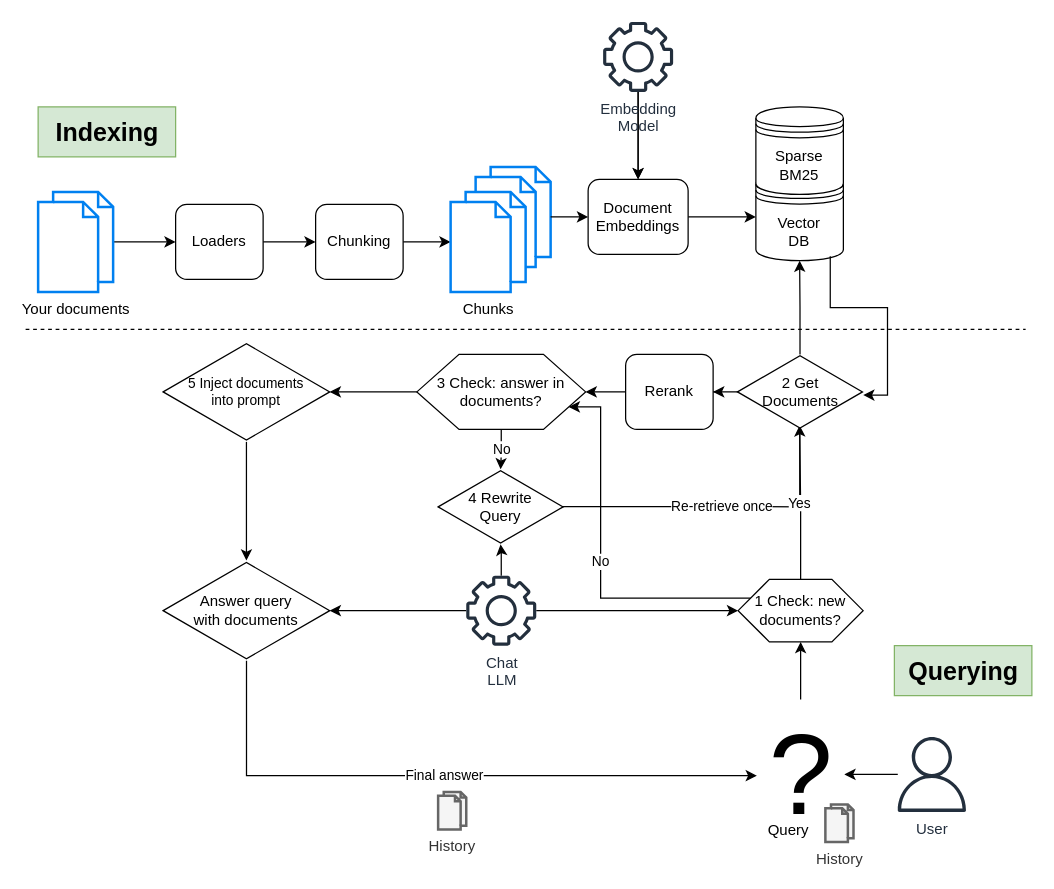
AI-Commandos/RAGMeUp keeps this draw.io diagram as ragmeup.drawio. Above is the earlier version. Source tidied: cells renumbered, new cells numbered last; positions are measured from the earlier drawing's top-left corner, leaving out a move shared by most shapes. Both pictures are drawn from the tidied source at 125%, with x=0, y=0 at pixel (25, 21). Pictures stored in the file or linked from it are replaced by grey dashed boxes.
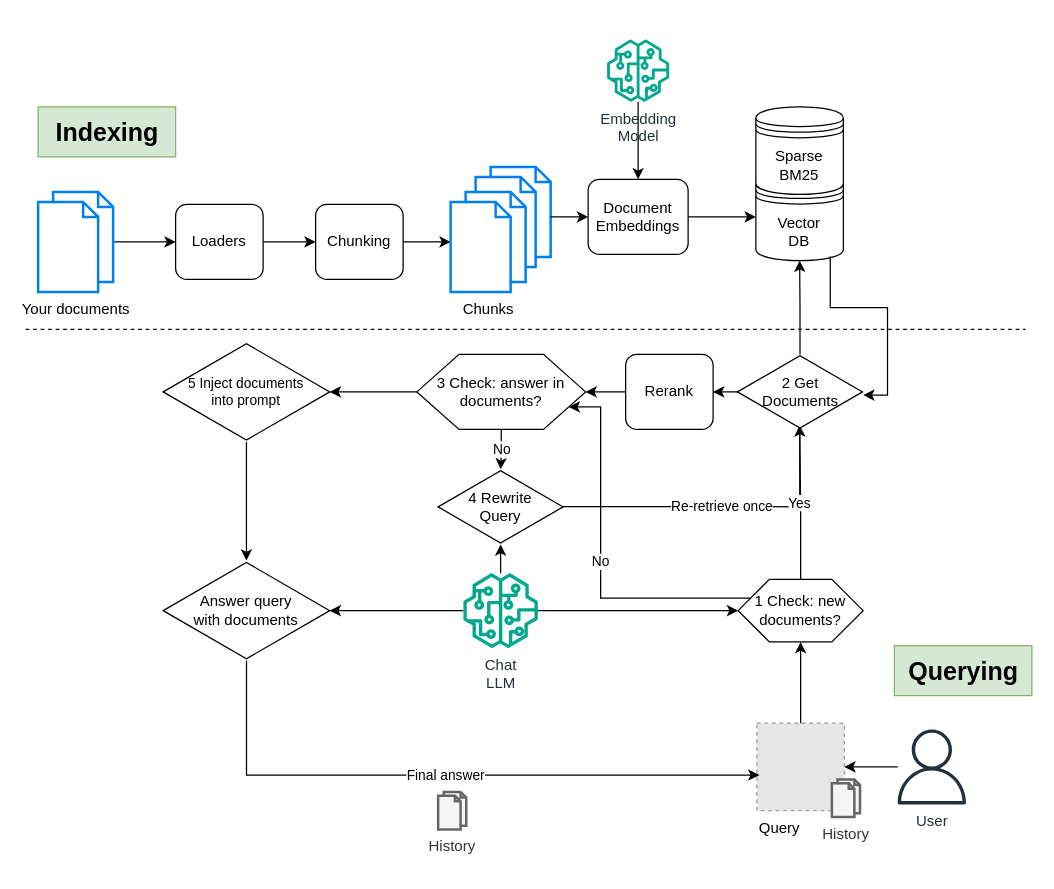
The same diagram, later.

Commit message (it also covers changes not shown here):
I like these images better

The change refers to these unchanged cells:
```xml
<mxCell id="13" value="&lt;div&gt;Document&lt;/div&gt;&lt;div&gt;Embeddings&lt;br&gt;&lt;/div&gt;" style="rounded=1;whiteSpace=wrap;html=1;" parent="1" vertex="1">
  <mxGeometry x="450" y="126" width="80" height="60" as="geometry" />
</mxCell>
<mxCell id="23" value="1 Check: new documents?" style="shape=hexagon;perimeter=hexagonPerimeter2;whiteSpace=wrap;html=1;size=0.25;" parent="1" vertex="1">
  <mxGeometry x="570" y="446" width="100" height="50" as="geometry" />
</mxCell>
<mxCell id="36" value="&lt;div style=&quot;font-size: 12px;&quot;&gt;Answer query&lt;/div&gt;&lt;div style=&quot;font-size: 12px;&quot;&gt;with documents&lt;br style=&quot;font-size: 12px;&quot;&gt;&lt;/div&gt;" style="html=1;whiteSpace=wrap;shape=isoRectangle;fontSize=12;" parent="1" vertex="1">
  <mxGeometry x="110" y="431" width="133.3" height="80" as="geometry" />
</mxCell>
```

Change to the diagram source:
```diff
@@
-    <mxCell id="17" style="edgeStyle=orthogonalEdgeStyle;rounded=0;jettySize=auto;html=1;" parent="1" edge="1" source="18" target="46">
+    <mxCell id="17" style="edgeStyle=orthogonalEdgeStyle;rounded=0;jettySize=auto;html=1;" parent="1" edge="1" source="18" target="47">
       <mxGeometry relative="1" as="geometry" />
     </mxCell>
     <mxCell id="18" value="User" style="sketch=0;outlineConnect=0;fontColor=#232F3E;gradientColor=none;fillColor=#232F3D;strokeColor=none;dashed=0;verticalLabelPosition=bottom;verticalAlign=top;align=center;html=1;fontSize=12;fontStyle=0;shape=mxgraph.aws4.user;" parent="1" vertex="1">
-      <mxGeometry x="695" y="572" width="60" height="60" as="geometry" />
+      <mxGeometry x="695" y="566" width="60" height="60" as="geometry" />
     </mxCell>
+    <mxCell id="51" style="group;" parent="1" vertex="1">
+      <mxGeometry x="585" y="561" width="82.5" height="75" as="geometry" />
+    </mxCell>
+    <mxCell id="47" value="Query" style="fillColor=#E6E6E6;strokeColor=#999999;dashed=1;html=1;verticalAlign=top;verticalLabelPosition=bottom;labelBackgroundColor=#ffffff;align=left;" parent="51" vertex="1">
+      <mxGeometry width="70" height="70" as="geometry" />
+    </mxCell>
+    <mxCell id="45" value="History" style="html=1;verticalLabelPosition=bottom;align=center;labelBackgroundColor=#ffffff;verticalAlign=top;strokeWidth=2;strokeColor=#666666;shadow=0;dashed=0;shape=mxgraph.ios7.icons.documents;fillColor=#f5f5f5;fontColor=#333333;" parent="51" vertex="1">
+      <mxGeometry x="60" y="45" width="22.5" height="30" as="geometry" />
+    </mxCell>
@@
-    <mxCell id="24" style="edgeStyle=orthogonalEdgeStyle;rounded=0;jettySize=auto;html=1;" parent="1" edge="1" source="46" target="23">
+    <mxCell id="24" style="edgeStyle=orthogonalEdgeStyle;rounded=0;jettySize=auto;html=1;" parent="1" edge="1" source="47" target="23">
       <mxGeometry relative="1" as="geometry" />
     </mxCell>
@@
-    <mxCell id="37" value="Final answer" style="edgeStyle=orthogonalEdgeStyle;rounded=0;jettySize=auto;html=1;" parent="1" edge="1" source="36" target="46">
+    <mxCell id="37" value="Final answer" style="edgeStyle=orthogonalEdgeStyle;rounded=0;jettySize=auto;html=1;entryX=0.029;entryY=0.594;entryDx=0;entryDy=0;entryPerimeter=0;" parent="1" edge="1" source="36" target="47">
       <mxGeometry relative="1" as="geometry">
         <Array as="points">
           <mxPoint x="177" y="603" />
         </Array>
       </mxGeometry>
     </mxCell>
@@
-    <mxCell id="41" style="edgeStyle=orthogonalEdgeStyle;rounded=0;jettySize=auto;html=1;" parent="1" edge="1" source="42" target="13">
-      <mxGeometry relative="1" as="geometry" />
-    </mxCell>
-    <mxCell id="42" value="Embedding&lt;br&gt;Model" style="sketch=0;outlineConnect=0;fontColor=#232F3E;gradientColor=none;fillColor=#232F3D;strokeColor=none;dashed=0;verticalLabelPosition=bottom;verticalAlign=top;align=center;html=1;fontSize=12;fontStyle=0;shape=mxgraph.aws4.gear;" parent="1" vertex="1">
-      <mxGeometry x="462" width="56" height="56" as="geometry" />
+    <mxCell id="42" value="&lt;div&gt;Embedding&lt;/div&gt;&lt;div&gt;Model&lt;/div&gt;" style="sketch=0;outlineConnect=0;fontColor=#232F3E;gradientColor=none;fillColor=#01A88D;strokeColor=none;dashed=0;verticalLabelPosition=bottom;verticalAlign=top;align=center;html=1;fontSize=12;fontStyle=0;shape=mxgraph.aws4.sagemaker_model;" parent="1" vertex="1">
+      <mxGeometry x="465" y="14" width="50" height="50" as="geometry" />
     </mxCell>
@@
-    <mxCell id="44" value="Chat&lt;br&gt;LLM" style="sketch=0;outlineConnect=0;fontColor=#232F3E;gradientColor=none;fillColor=#232F3D;strokeColor=none;dashed=0;verticalLabelPosition=bottom;verticalAlign=top;align=center;html=1;fontSize=12;fontStyle=0;shape=mxgraph.aws4.gear;" parent="1" vertex="1">
-      <mxGeometry x="352.5" y="443" width="56" height="56" as="geometry" />
+    <mxCell id="44" value="&lt;div&gt;Chat&lt;/div&gt;&lt;div&gt;LLM&lt;/div&gt;" style="sketch=0;outlineConnect=0;fontColor=#232F3E;gradientColor=none;fillColor=#01A88D;strokeColor=none;dashed=0;verticalLabelPosition=bottom;verticalAlign=top;align=center;html=1;fontSize=12;fontStyle=0;shape=mxgraph.aws4.sagemaker_model;" parent="1" vertex="1">
+      <mxGeometry x="350" y="441" width="60" height="60" as="geometry" />
     </mxCell>
-    <mxCell id="45" value="History" style="html=1;verticalLabelPosition=bottom;align=center;labelBackgroundColor=#ffffff;verticalAlign=top;strokeWidth=2;strokeColor=#666666;shadow=0;dashed=0;shape=mxgraph.ios7.icons.documents;fillColor=#f5f5f5;fontColor=#333333;" parent="1" vertex="1">
-      <mxGeometry x="639.8" y="626" width="22.5" height="30" as="geometry" />
-    </mxCell>
-    <mxCell id="46" value="?" style="text;html=1;align=center;verticalAlign=middle;points=[];strokeColor=none;fillColor=none;fontSize=92;" parent="1" vertex="1">
-      <mxGeometry x="585" y="542" width="70" height="120" as="geometry" />
-    </mxCell>
-    <mxCell id="47" value="Query" style="text;html=1;align=center;verticalAlign=middle;points=[];strokeColor=none;fillColor=none;" parent="1" vertex="1">
-      <mxGeometry x="579.8" y="632" width="60" height="30" as="geometry" />
-    </mxCell>
-    <mxCell id="48" style="endArrow=none;dashed=1;html=1;rounded=0;" parent="1" edge="1">
-      <mxGeometry relative="1" as="geometry">
-        <mxPoint y="246" as="sourcePoint" />
-        <mxPoint x="800" y="246" as="targetPoint" />
-      </mxGeometry>
-    </mxCell>
+    <mxCell id="52" style="endArrow=none;dashed=1;html=1;rounded=0;" parent="1" edge="1">
+      <mxGeometry relative="1" as="geometry">
+        <mxPoint y="246" as="sourcePoint" />
+        <mxPoint x="800" y="246" as="targetPoint" />
+      </mxGeometry>
+    </mxCell>
```
